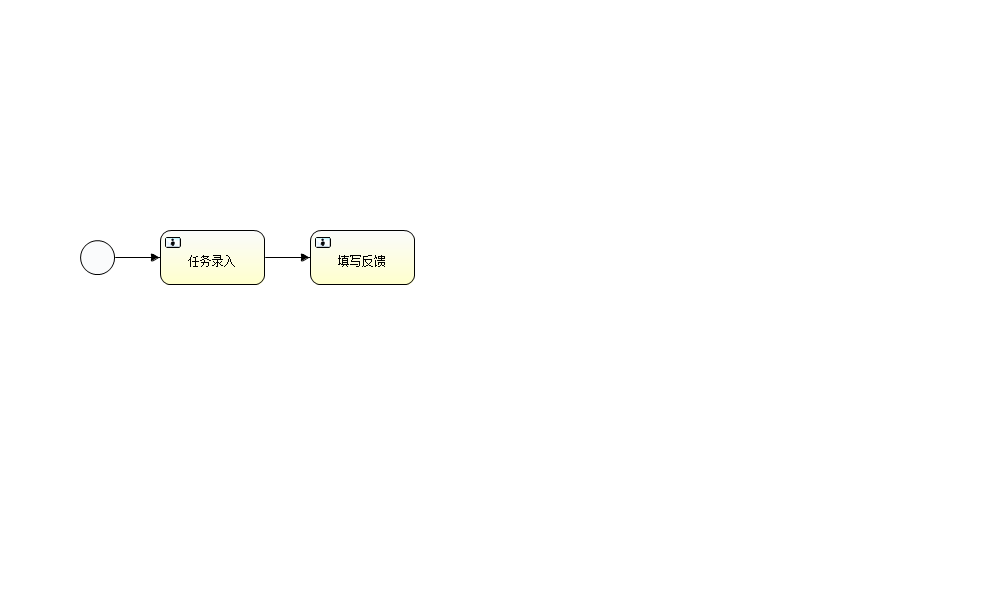
zwdc/test1 keeps this BPMN diagram as resources/bpmn/ImportantFiles.png. Above is the earlier version. Its source is kept beside it as resources/bpmn/ImportantFiles.bpmn. Ids are renumbered. Its diagram source:
```xml
<definitions xmlns="http://www.omg.org/spec/BPMN/20100524/MODEL" xmlns:xsi="http://www.w3.org/2001/XMLSchema-instance" xmlns:xsd="http://www.w3.org/2001/XMLSchema" xmlns:activiti="http://activiti.org/bpmn" xmlns:bpmndi="http://www.omg.org/spec/BPMN/20100524/DI" xmlns:omgdc="http://www.omg.org/spec/DD/20100524/DC" xmlns:omgdi="http://www.omg.org/spec/DD/20100524/DI" typeLanguage="http://www.w3.org/2001/XMLSchema" expressionLanguage="http://www.w3.org/1999/XPath" targetNamespace="http://www.activiti.org/test">
  <process id="myProcess" name="My process" isExecutable="true">
    <startEvent id="startevent1" name="Start"></startEvent>
    <userTask id="usertask1" name="任务录入"></userTask>
    <sequenceFlow id="flow1" sourceRef="startevent1" targetRef="usertask1"></sequenceFlow>
    <userTask id="usertask2" name="填写反馈"></userTask>
    <sequenceFlow id="flow2" sourceRef="usertask1" targetRef="usertask2"></sequenceFlow>
  </process>
  <bpmndi:BPMNDiagram id="BPMNDiagram_myProcess">
    <bpmndi:BPMNPlane bpmnElement="myProcess" id="BPMNPlane_myProcess">
      <bpmndi:BPMNShape bpmnElement="startevent1" id="BPMNShape_startevent1">
        <omgdc:Bounds height="35.0" width="35.0" x="80.0" y="240.0"></omgdc:Bounds>
      </bpmndi:BPMNShape>
      <bpmndi:BPMNShape bpmnElement="usertask1" id="BPMNShape_usertask1">
        <omgdc:Bounds height="55.0" width="105.0" x="160.0" y="230.0"></omgdc:Bounds>
      </bpmndi:BPMNShape>
      <bpmndi:BPMNShape bpmnElement="usertask2" id="BPMNShape_usertask2">
        <omgdc:Bounds height="55.0" width="105.0" x="310.0" y="230.0"></omgdc:Bounds>
      </bpmndi:BPMNShape>
      <bpmndi:BPMNEdge bpmnElement="flow1" id="BPMNEdge_flow1">
        <omgdi:waypoint x="115.0" y="257.0"></omgdi:waypoint>
        <omgdi:waypoint x="160.0" y="257.0"></omgdi:waypoint>
      </bpmndi:BPMNEdge>
      <bpmndi:BPMNEdge bpmnElement="flow2" id="BPMNEdge_flow2">
        <omgdi:waypoint x="265.0" y="257.0"></omgdi:waypoint>
        <omgdi:waypoint x="310.0" y="257.0"></omgdi:waypoint>
      </bpmndi:BPMNEdge>
    </bpmndi:BPMNPlane>
  </bpmndi:BPMNDiagram>
</definitions>
```
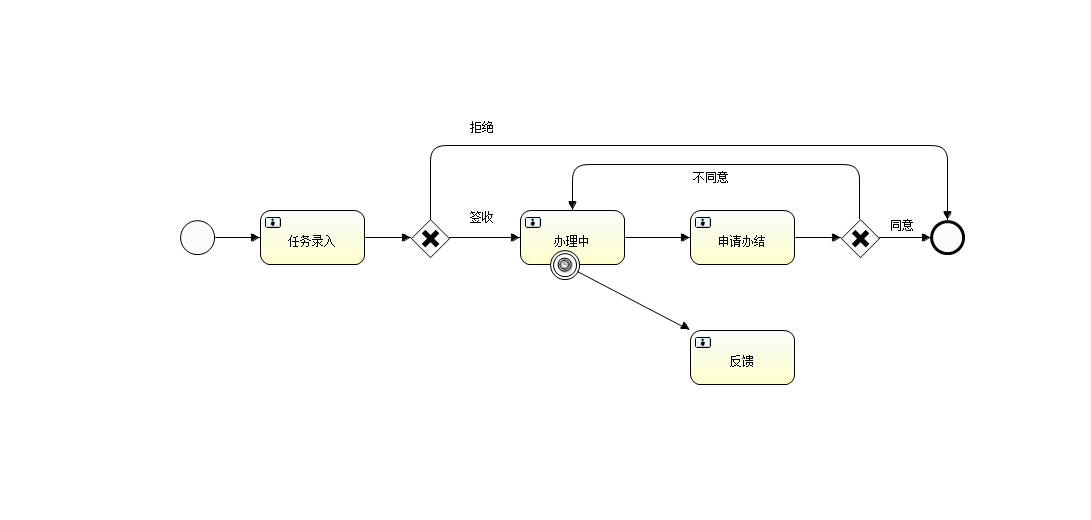
Above is the later version.

The edit, as a diff of the source:
```diff
@@ -3,27 +3,108 @@
     <startEvent id="startevent1" name="Start"></startEvent>
     <userTask id="usertask1" name="任务录入"></userTask>
     <sequenceFlow id="flow1" sourceRef="startevent1" targetRef="usertask1"></sequenceFlow>
-    <userTask id="usertask2" name="填写反馈"></userTask>
-    <sequenceFlow id="flow2" sourceRef="usertask1" targetRef="usertask2"></sequenceFlow>
+    <userTask id="usertask2" name="办理中"></userTask>
+    <endEvent id="endevent1" name="End"></endEvent>
+    <exclusiveGateway id="exclusivegateway1" name="Exclusive Gateway"></exclusiveGateway>
+    <sequenceFlow id="flow4" sourceRef="usertask1" targetRef="exclusivegateway1"></sequenceFlow>
+    <sequenceFlow id="flow5" name="签收" sourceRef="exclusivegateway1" targetRef="usertask2"></sequenceFlow>
+    <sequenceFlow id="flow6" name="拒绝" sourceRef="exclusivegateway1" targetRef="endevent1"></sequenceFlow>
+    <userTask id="usertask3" name="申请办结"></userTask>
+    <sequenceFlow id="flow7" sourceRef="usertask2" targetRef="usertask3"></sequenceFlow>
+    <exclusiveGateway id="exclusivegateway2" name="Exclusive Gateway"></exclusiveGateway>
+    <sequenceFlow id="flow8" sourceRef="usertask3" targetRef="exclusivegateway2"></sequenceFlow>
+    <sequenceFlow id="flow9" name="同意" sourceRef="exclusivegateway2" targetRef="endevent1"></sequenceFlow>
+    <boundaryEvent id="boundarytimer1" name="Timer" attachedToRef="usertask2" cancelActivity="true">
+      <timerEventDefinition></timerEventDefinition>
+    </boundaryEvent>
+    <sequenceFlow id="flow10" name="不同意" sourceRef="exclusivegateway2" targetRef="usertask2"></sequenceFlow>
+    <userTask id="usertask4" name="反馈"></userTask>
+    <sequenceFlow id="flow11" sourceRef="boundarytimer1" targetRef="usertask4"></sequenceFlow>
   </process>
   <bpmndi:BPMNDiagram id="BPMNDiagram_myProcess">
     <bpmndi:BPMNPlane bpmnElement="myProcess" id="BPMNPlane_myProcess">
       <bpmndi:BPMNShape bpmnElement="startevent1" id="BPMNShape_startevent1">
-        <omgdc:Bounds height="35.0" width="35.0" x="80.0" y="240.0"></omgdc:Bounds>
+        <omgdc:Bounds height="35.0" width="35.0" x="180.0" y="220.0"></omgdc:Bounds>
       </bpmndi:BPMNShape>
       <bpmndi:BPMNShape bpmnElement="usertask1" id="BPMNShape_usertask1">
-        <omgdc:Bounds height="55.0" width="105.0" x="160.0" y="230.0"></omgdc:Bounds>
+        <omgdc:Bounds height="55.0" width="105.0" x="260.0" y="210.0"></omgdc:Bounds>
       </bpmndi:BPMNShape>
       <bpmndi:BPMNShape bpmnElement="usertask2" id="BPMNShape_usertask2">
-        <omgdc:Bounds height="55.0" width="105.0" x="310.0" y="230.0"></omgdc:Bounds>
+        <omgdc:Bounds height="55.0" width="105.0" x="520.0" y="210.0"></omgdc:Bounds>
+      </bpmndi:BPMNShape>
+      <bpmndi:BPMNShape bpmnElement="boundarytimer1" id="BPMNShape_boundarytimer1">
+        <omgdc:Bounds height="30.0" width="30.0" x="550.0" y="250.0"></omgdc:Bounds>
+      </bpmndi:BPMNShape>
+      <bpmndi:BPMNShape bpmnElement="endevent1" id="BPMNShape_endevent1">
+        <omgdc:Bounds height="35.0" width="35.0" x="930.0" y="220.0"></omgdc:Bounds>
+      </bpmndi:BPMNShape>
+      <bpmndi:BPMNShape bpmnElement="exclusivegateway1" id="BPMNShape_exclusivegateway1">
+        <omgdc:Bounds height="40.0" width="40.0" x="410.0" y="218.0"></omgdc:Bounds>
+      </bpmndi:BPMNShape>
+      <bpmndi:BPMNShape bpmnElement="usertask3" id="BPMNShape_usertask3">
+        <omgdc:Bounds height="55.0" width="105.0" x="690.0" y="210.0"></omgdc:Bounds>
+      </bpmndi:BPMNShape>
+      <bpmndi:BPMNShape bpmnElement="exclusivegateway2" id="BPMNShape_exclusivegateway2">
+        <omgdc:Bounds height="40.0" width="40.0" x="840.0" y="218.0"></omgdc:Bounds>
+      </bpmndi:BPMNShape>
+      <bpmndi:BPMNShape bpmnElement="usertask4" id="BPMNShape_usertask4">
+        <omgdc:Bounds height="55.0" width="105.0" x="690.0" y="330.0"></omgdc:Bounds>
       </bpmndi:BPMNShape>
       <bpmndi:BPMNEdge bpmnElement="flow1" id="BPMNEdge_flow1">
-        <omgdi:waypoint x="115.0" y="257.0"></omgdi:waypoint>
-        <omgdi:waypoint x="160.0" y="257.0"></omgdi:waypoint>
+        <omgdi:waypoint x="215.0" y="237.0"></omgdi:waypoint>
+        <omgdi:waypoint x="260.0" y="237.0"></omgdi:waypoint>
       </bpmndi:BPMNEdge>
-      <bpmndi:BPMNEdge bpmnElement="flow2" id="BPMNEdge_flow2">
-        <omgdi:waypoint x="265.0" y="257.0"></omgdi:waypoint>
-        <omgdi:waypoint x="310.0" y="257.0"></omgdi:waypoint>
+      <bpmndi:BPMNEdge bpmnElement="flow4" id="BPMNEdge_flow4">
+        <omgdi:waypoint x="365.0" y="237.0"></omgdi:waypoint>
+        <omgdi:waypoint x="410.0" y="238.0"></omgdi:waypoint>
+      </bpmndi:BPMNEdge>
+      <bpmndi:BPMNEdge bpmnElement="flow5" id="BPMNEdge_flow5">
+        <omgdi:waypoint x="450.0" y="238.0"></omgdi:waypoint>
+        <omgdi:waypoint x="520.0" y="237.0"></omgdi:waypoint>
+        <bpmndi:BPMNLabel>
+          <omgdc:Bounds height="14.0" width="100.0" x="469.0" y="211.0"></omgdc:Bounds>
+        </bpmndi:BPMNLabel>
+      </bpmndi:BPMNEdge>
+      <bpmndi:BPMNEdge bpmnElement="flow6" id="BPMNEdge_flow6">
+        <omgdi:waypoint x="430.0" y="218.0"></omgdi:waypoint>
+        <omgdi:waypoint x="430.0" y="145.0"></omgdi:waypoint>
+        <omgdi:waypoint x="570.0" y="145.0"></omgdi:waypoint>
+        <omgdi:waypoint x="717.0" y="145.0"></omgdi:waypoint>
+        <omgdi:waypoint x="867.0" y="145.0"></omgdi:waypoint>
+        <omgdi:waypoint x="947.0" y="145.0"></omgdi:waypoint>
+        <omgdi:waypoint x="947.0" y="220.0"></omgdi:waypoint>
+        <bpmndi:BPMNLabel>
+          <omgdc:Bounds height="14.0" width="100.0" x="470.0" y="121.0"></omgdc:Bounds>
+        </bpmndi:BPMNLabel>
+      </bpmndi:BPMNEdge>
+      <bpmndi:BPMNEdge bpmnElement="flow7" id="BPMNEdge_flow7">
+        <omgdi:waypoint x="625.0" y="237.0"></omgdi:waypoint>
+        <omgdi:waypoint x="690.0" y="237.0"></omgdi:waypoint>
+      </bpmndi:BPMNEdge>
+      <bpmndi:BPMNEdge bpmnElement="flow8" id="BPMNEdge_flow8">
+        <omgdi:waypoint x="795.0" y="237.0"></omgdi:waypoint>
+        <omgdi:waypoint x="840.0" y="238.0"></omgdi:waypoint>
+      </bpmndi:BPMNEdge>
+      <bpmndi:BPMNEdge bpmnElement="flow9" id="BPMNEdge_flow9">
+        <omgdi:waypoint x="880.0" y="238.0"></omgdi:waypoint>
+        <omgdi:waypoint x="930.0" y="237.0"></omgdi:waypoint>
+        <bpmndi:BPMNLabel>
+          <omgdc:Bounds height="14.0" width="100.0" x="889.0" y="219.0"></omgdc:Bounds>
+        </bpmndi:BPMNLabel>
+      </bpmndi:BPMNEdge>
+      <bpmndi:BPMNEdge bpmnElement="flow10" id="BPMNEdge_flow10">
+        <omgdi:waypoint x="860.0" y="218.0"></omgdi:waypoint>
+        <omgdi:waypoint x="859.0" y="164.0"></omgdi:waypoint>
+        <omgdi:waypoint x="747.0" y="164.0"></omgdi:waypoint>
+        <omgdi:waypoint x="572.0" y="164.0"></omgdi:waypoint>
+        <omgdi:waypoint x="572.0" y="210.0"></omgdi:waypoint>
+        <bpmndi:BPMNLabel>
+          <omgdc:Bounds height="14.0" width="100.0" x="694.0" y="171.0"></omgdc:Bounds>
+        </bpmndi:BPMNLabel>
+      </bpmndi:BPMNEdge>
+      <bpmndi:BPMNEdge bpmnElement="flow11" id="BPMNEdge_flow11">
+        <omgdi:waypoint x="565.0" y="280.0"></omgdi:waypoint>
+        <omgdi:waypoint x="742.0" y="330.0"></omgdi:waypoint>
       </bpmndi:BPMNEdge>
     </bpmndi:BPMNPlane>
   </bpmndi:BPMNDiagram>
```
